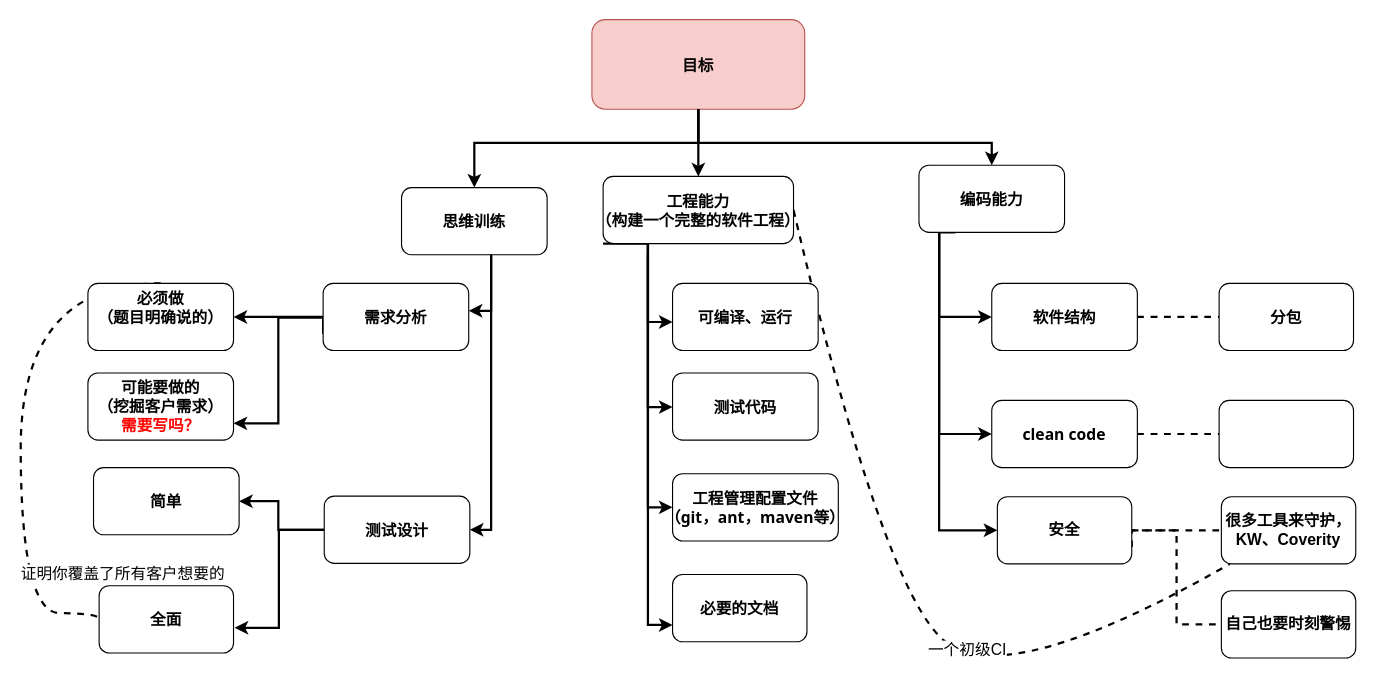
This is Untitled Diagram.drawio from LeahGly/hello-word, a draw.io file, before an edit. Source tidied: cells renumbered, new cells numbered last; positions are measured from the earlier drawing's top-left corner, leaving out a move shared by most shapes. Both pictures are drawn from the tidied source at 112%, with x=0, y=0 at pixel (20, 19).
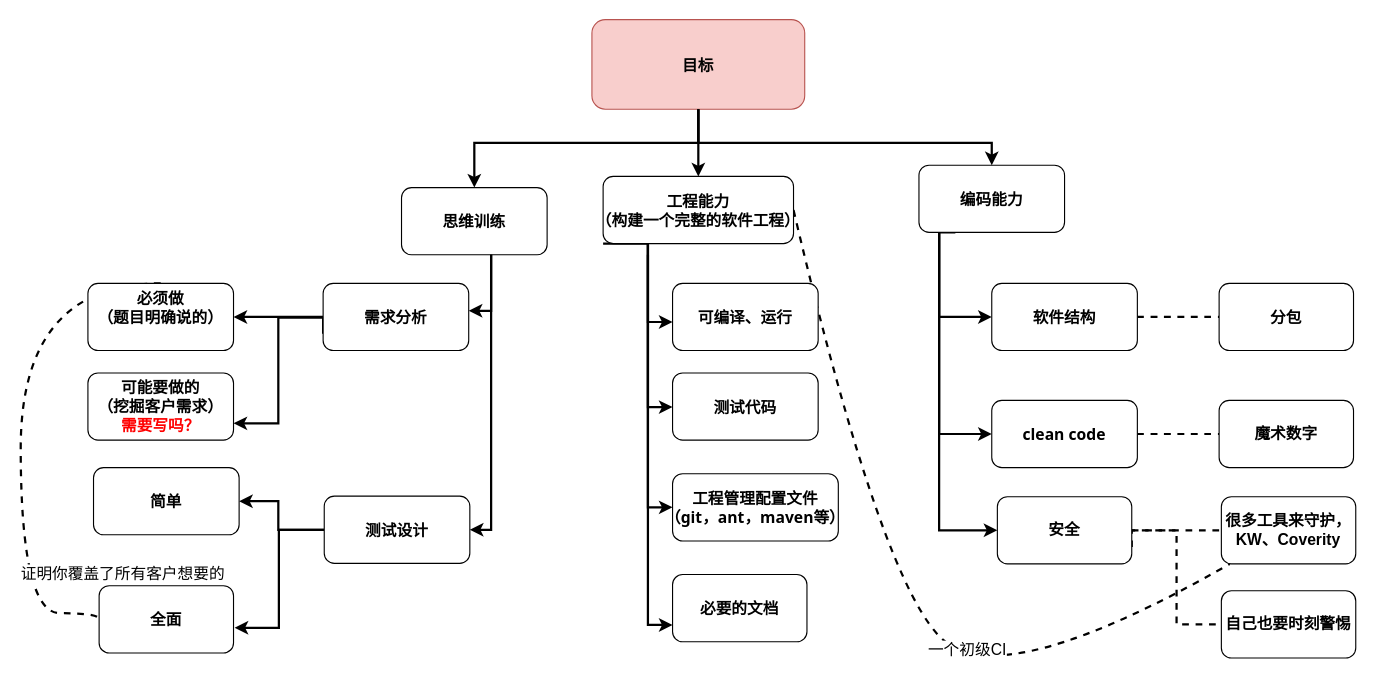
The same diagram, later.

Change to the diagram source:
```diff
@@
-    <mxCell id="41" style="whiteSpace=wrap;html=1;fontSize=14;fontFamily=Tahoma;rounded=1;fontStyle=1;" parent="1" vertex="1">
+    <mxCell id="41" value="魔术数字" style="whiteSpace=wrap;html=1;fontSize=14;fontFamily=Tahoma;rounded=1;fontStyle=1;" parent="1" vertex="1">
       <mxGeometry x="1070" y="340" width="120" height="60" as="geometry" />
     </mxCell>
```
